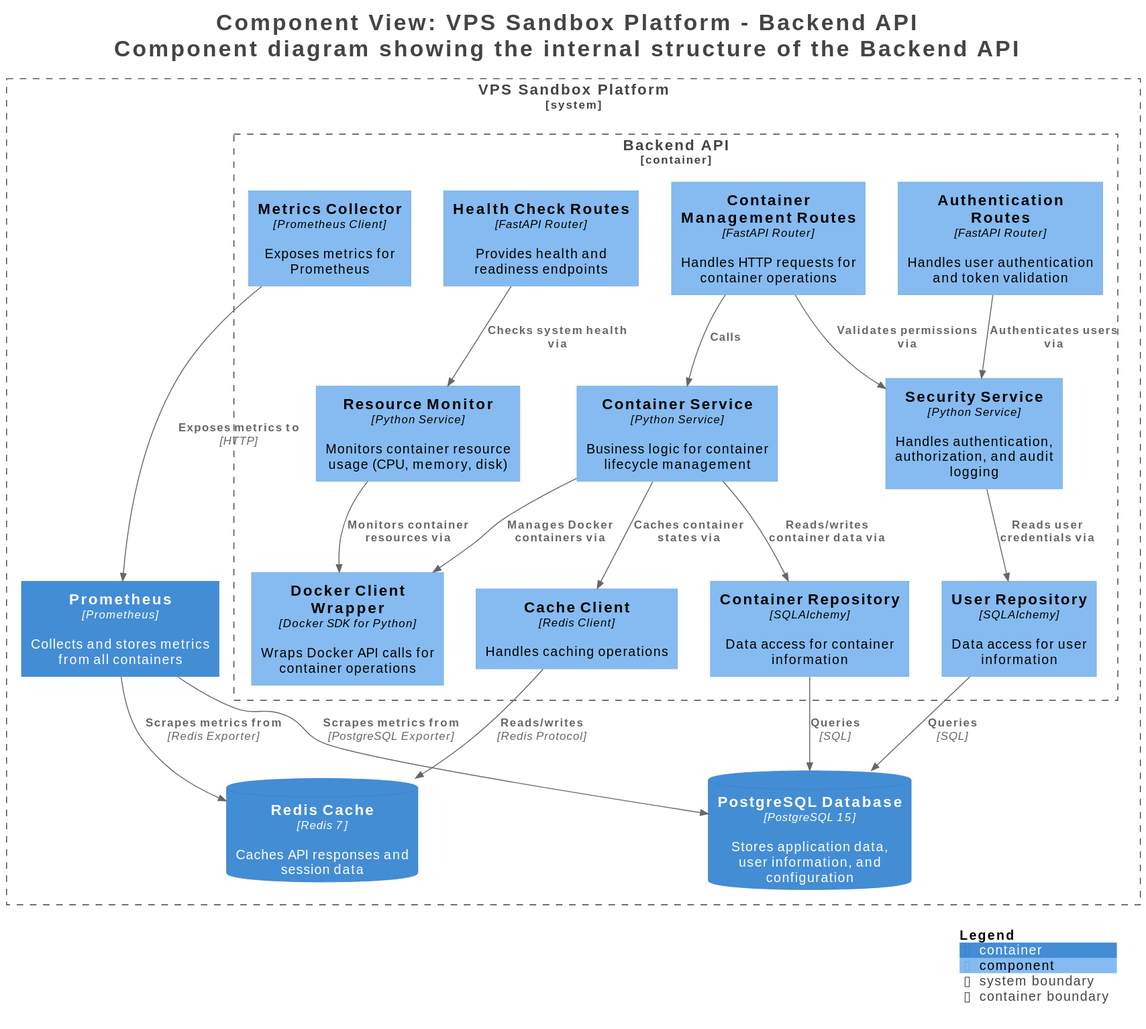
Earlier version of the PlantUML export docs/projects/vps-sandbox-platform/images/c4-components.svg (christosm-dev/christosm.dev).
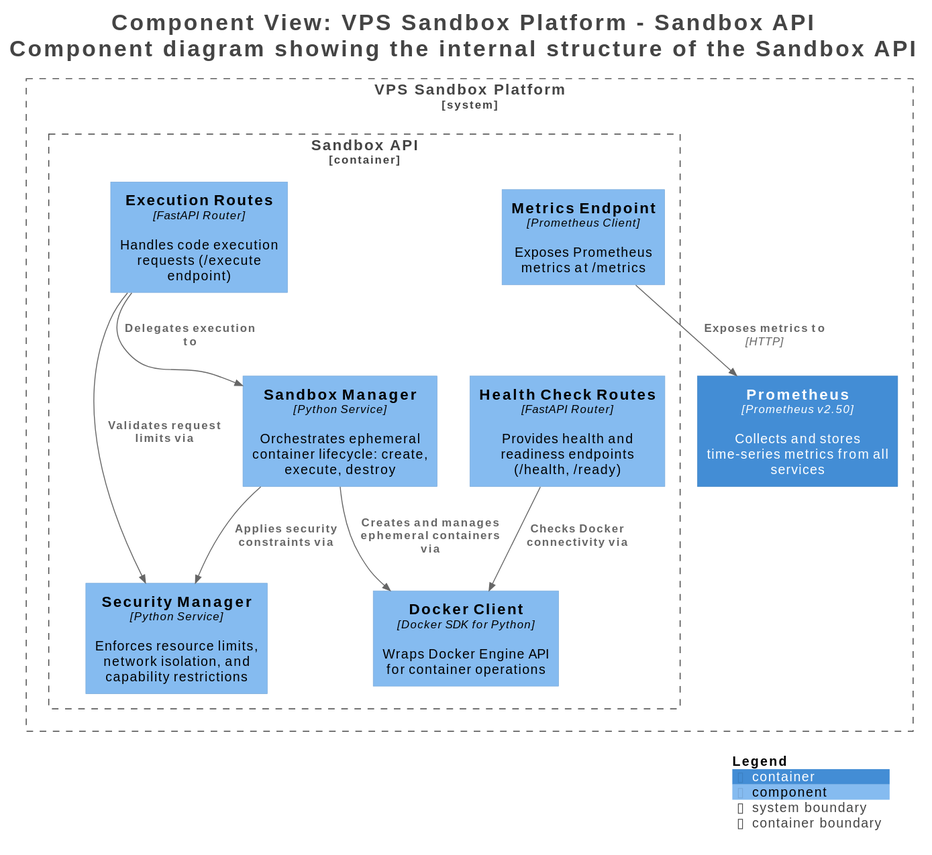
The same file after the commit.

Change to the diagram source:
```diff
@@ -1,5 +1,5 @@
 @startuml
-title <size:24>Component View: VPS Sandbox Platform - Backend API</size>\n<size:24>Component diagram showing the internal structure of the Backend API</size>
+title <size:24>Component View: VPS Sandbox Platform - Sandbox API</size>\n<size:24>Component diagram showing the internal structure of the Sandbox API</size>
 
 set separator none
 top to bottom direction
@@ -17,40 +17,24 @@
 !include <C4/C4_Component>
 
 System_Boundary("VPSSandboxPlatform_boundary", "VPS Sandbox Platform", $tags="") {
-  Container_Boundary("VPSSandboxPlatform.BackendAPI_boundary", "Backend API", $tags="") {
-    Component(VPSSandboxPlatform.BackendAPI.ContainerManagementRoutes, "Container Management Routes", $techn="FastAPI Router", $descr="Handles HTTP requests for container operations", $tags="", $link="")
-    Component(VPSSandboxPlatform.BackendAPI.AuthenticationRoutes, "Authentication Routes", $techn="FastAPI Router", $descr="Handles user authentication and token validation", $tags="", $link="")
-    Component(VPSSandboxPlatform.BackendAPI.HealthCheckRoutes, "Health Check Routes", $techn="FastAPI Router", $descr="Provides health and readiness endpoints", $tags="", $link="")
-    Component(VPSSandboxPlatform.BackendAPI.ContainerService, "Container Service", $techn="Python Service", $descr="Business logic for container lifecycle management", $tags="", $link="")
-    Component(VPSSandboxPlatform.BackendAPI.ResourceMonitor, "Resource Monitor", $techn="Python Service", $descr="Monitors container resource usage (CPU, memory, disk)", $tags="", $link="")
-    Component(VPSSandboxPlatform.BackendAPI.SecurityService, "Security Service", $techn="Python Service", $descr="Handles authentication, authorization, and audit logging", $tags="", $link="")
-    Component(VPSSandboxPlatform.BackendAPI.ContainerRepository, "Container Repository", $techn="SQLAlchemy", $descr="Data access for container information", $tags="", $link="")
-    Component(VPSSandboxPlatform.BackendAPI.UserRepository, "User Repository", $techn="SQLAlchemy", $descr="Data access for user information", $tags="", $link="")
-    Component(VPSSandboxPlatform.BackendAPI.DockerClientWrapper, "Docker Client Wrapper", $techn="Docker SDK for Python", $descr="Wraps Docker API calls for container operations", $tags="", $link="")
-    Component(VPSSandboxPlatform.BackendAPI.CacheClient, "Cache Client", $techn="Redis Client", $descr="Handles caching operations", $tags="", $link="")
-    Component(VPSSandboxPlatform.BackendAPI.MetricsCollector, "Metrics Collector", $techn="Prometheus Client", $descr="Exposes metrics for Prometheus", $tags="", $link="")
+  Container_Boundary("VPSSandboxPlatform.SandboxAPI_boundary", "Sandbox API", $tags="") {
+    Component(VPSSandboxPlatform.SandboxAPI.ExecutionRoutes, "Execution Routes", $techn="FastAPI Router", $descr="Handles code execution requests (/execute endpoint)", $tags="", $link="")
+    Component(VPSSandboxPlatform.SandboxAPI.HealthCheckRoutes, "Health Check Routes", $techn="FastAPI Router", $descr="Provides health and readiness endpoints (/health, /ready)", $tags="", $link="")
+    Component(VPSSandboxPlatform.SandboxAPI.MetricsEndpoint, "Metrics Endpoint", $techn="Prometheus Client", $descr="Exposes Prometheus metrics at /metrics", $tags="", $link="")
+    Component(VPSSandboxPlatform.SandboxAPI.SandboxManager, "Sandbox Manager", $techn="Python Service", $descr="Orchestrates ephemeral container lifecycle: create, execute, destroy", $tags="", $link="")
+    Component(VPSSandboxPlatform.SandboxAPI.SecurityManager, "Security Manager", $techn="Python Service", $descr="Enforces resource limits, network isolation, and capability restrictions", $tags="", $link="")
+    Component(VPSSandboxPlatform.SandboxAPI.DockerClient, "Docker Client", $techn="Docker SDK for Python", $descr="Wraps Docker Engine API for container operations", $tags="", $link="")
   }
 
-  ContainerDb(VPSSandboxPlatform.PostgreSQLDatabase, "PostgreSQL Database", $techn="PostgreSQL 15", $descr="Stores application data, user information, and configuration", $tags="", $link="")
-  ContainerDb(VPSSandboxPlatform.RedisCache, "Redis Cache", $techn="Redis 7", $descr="Caches API responses and session data", $tags="", $link="")
-  Container(VPSSandboxPlatform.Prometheus, "Prometheus", $techn="Prometheus", $descr="Collects and stores metrics from all containers", $tags="", $link="")
+  Container(VPSSandboxPlatform.Prometheus, "Prometheus", $techn="Prometheus v2.50", $descr="Collects and stores time-series metrics from all services", $tags="", $link="")
 }
 
-Rel(VPSSandboxPlatform.Prometheus, VPSSandboxPlatform.PostgreSQLDatabase, "Scrapes metrics from", $techn="PostgreSQL Exporter", $tags="", $link="")
-Rel(VPSSandboxPlatform.Prometheus, VPSSandboxPlatform.RedisCache, "Scrapes metrics from", $techn="Redis Exporter", $tags="", $link="")
-Rel(VPSSandboxPlatform.BackendAPI.ContainerManagementRoutes, VPSSandboxPlatform.BackendAPI.ContainerService, "Calls", $techn="", $tags="", $link="")
-Rel(VPSSandboxPlatform.BackendAPI.ContainerManagementRoutes, VPSSandboxPlatform.BackendAPI.SecurityService, "Validates permissions via", $techn="", $tags="", $link="")
-Rel(VPSSandboxPlatform.BackendAPI.AuthenticationRoutes, VPSSandboxPlatform.BackendAPI.SecurityService, "Authenticates users via", $techn="", $tags="", $link="")
-Rel(VPSSandboxPlatform.BackendAPI.HealthCheckRoutes, VPSSandboxPlatform.BackendAPI.ResourceMonitor, "Checks system health via", $techn="", $tags="", $link="")
-Rel(VPSSandboxPlatform.BackendAPI.ContainerService, VPSSandboxPlatform.BackendAPI.ContainerRepository, "Reads/writes container data via", $techn="", $tags="", $link="")
-Rel(VPSSandboxPlatform.BackendAPI.ContainerService, VPSSandboxPlatform.BackendAPI.DockerClientWrapper, "Manages Docker containers via", $techn="", $tags="", $link="")
-Rel(VPSSandboxPlatform.BackendAPI.ContainerService, VPSSandboxPlatform.BackendAPI.CacheClient, "Caches container states via", $techn="", $tags="", $link="")
-Rel(VPSSandboxPlatform.BackendAPI.SecurityService, VPSSandboxPlatform.BackendAPI.UserRepository, "Reads user credentials via", $techn="", $tags="", $link="")
-Rel(VPSSandboxPlatform.BackendAPI.ResourceMonitor, VPSSandboxPlatform.BackendAPI.DockerClientWrapper, "Monitors container resources via", $techn="", $tags="", $link="")
-Rel(VPSSandboxPlatform.BackendAPI.ContainerRepository, VPSSandboxPlatform.PostgreSQLDatabase, "Queries", $techn="SQL", $tags="", $link="")
-Rel(VPSSandboxPlatform.BackendAPI.UserRepository, VPSSandboxPlatform.PostgreSQLDatabase, "Queries", $techn="SQL", $tags="", $link="")
-Rel(VPSSandboxPlatform.BackendAPI.CacheClient, VPSSandboxPlatform.RedisCache, "Reads/writes", $techn="Redis Protocol", $tags="", $link="")
-Rel(VPSSandboxPlatform.BackendAPI.MetricsCollector, VPSSandboxPlatform.Prometheus, "Exposes metrics to", $techn="HTTP", $tags="", $link="")
+Rel(VPSSandboxPlatform.SandboxAPI.ExecutionRoutes, VPSSandboxPlatform.SandboxAPI.SandboxManager, "Delegates execution to", $techn="", $tags="", $link="")
+Rel(VPSSandboxPlatform.SandboxAPI.ExecutionRoutes, VPSSandboxPlatform.SandboxAPI.SecurityManager, "Validates request limits via", $techn="", $tags="", $link="")
+Rel(VPSSandboxPlatform.SandboxAPI.HealthCheckRoutes, VPSSandboxPlatform.SandboxAPI.DockerClient, "Checks Docker connectivity via", $techn="", $tags="", $link="")
+Rel(VPSSandboxPlatform.SandboxAPI.SandboxManager, VPSSandboxPlatform.SandboxAPI.SecurityManager, "Applies security constraints via", $techn="", $tags="", $link="")
+Rel(VPSSandboxPlatform.SandboxAPI.SandboxManager, VPSSandboxPlatform.SandboxAPI.DockerClient, "Creates and manages ephemeral containers via", $techn="", $tags="", $link="")
+Rel(VPSSandboxPlatform.SandboxAPI.MetricsEndpoint, VPSSandboxPlatform.Prometheus, "Exposes metrics to", $techn="HTTP", $tags="", $link="")
 
 SHOW_LEGEND(true)
 hide stereotypes
```
